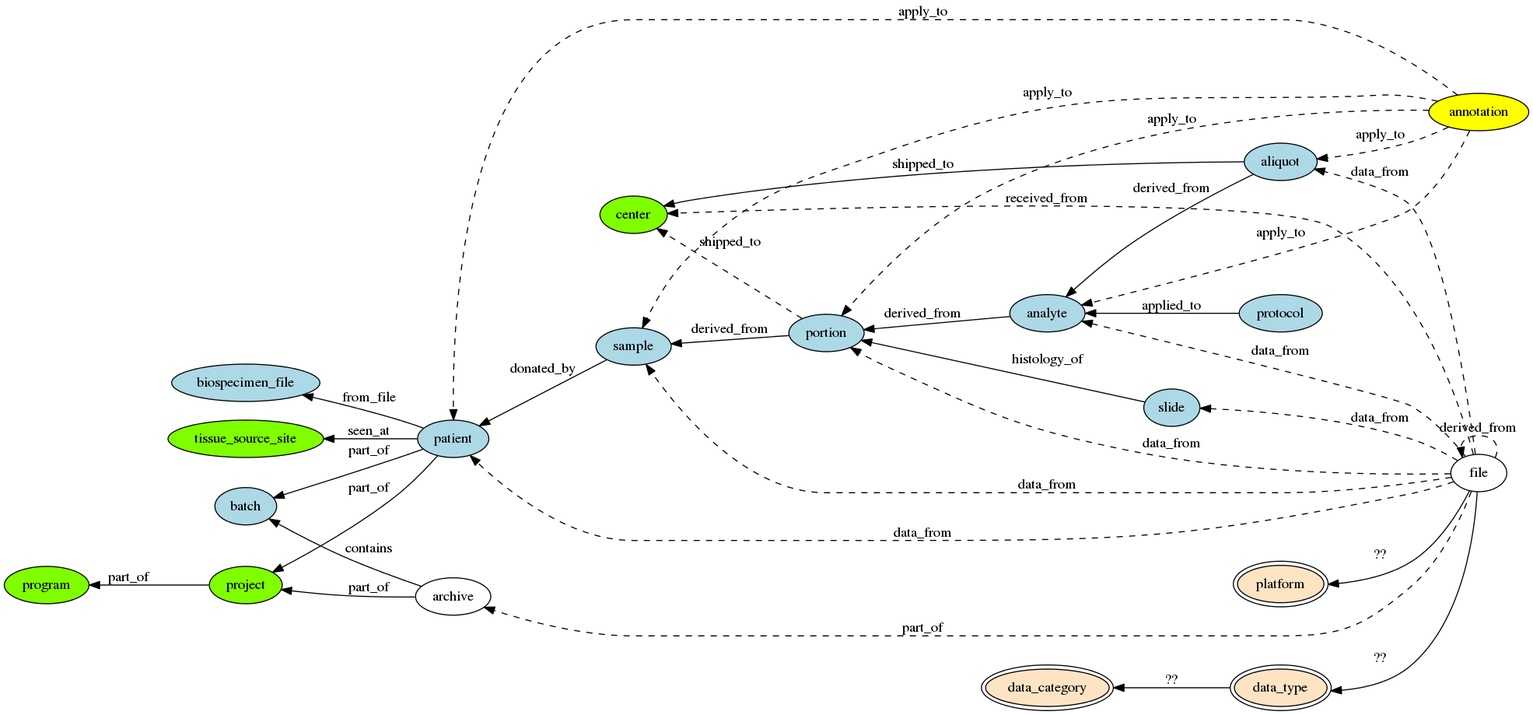
NCI-GDC/gdcdatamodel keeps this Graphviz diagram as viz/gdc_data_model.png. Above is the earlier version. Its source is kept beside it as viz/gdc_data_model.gv.
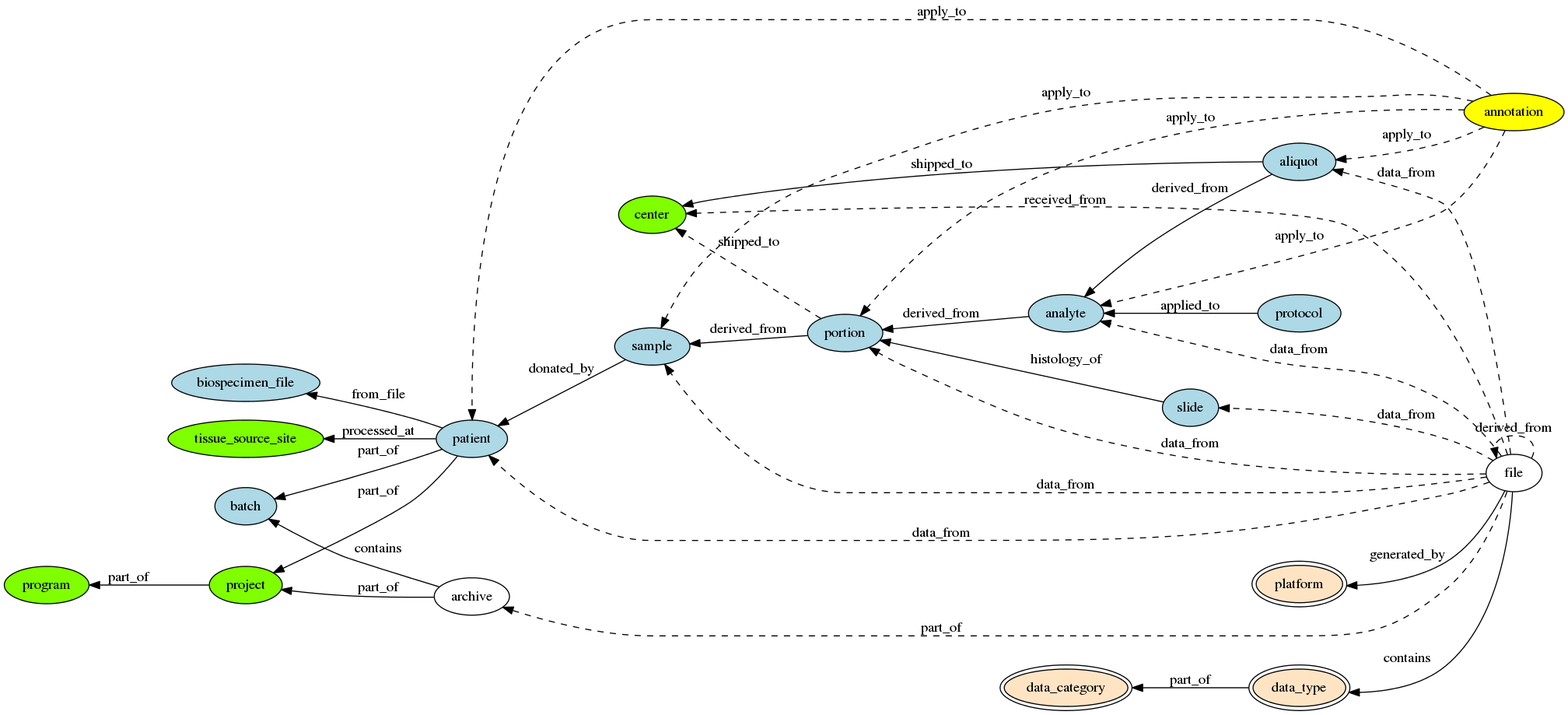
The same file after the commit.

The edit, as a diff of the source:
```diff
@@ -7,7 +7,7 @@
 
 	node [fillcolor = lightblue, style=filled];
 
-	patient -> tissue_source_site [ label = "seen_at" ];
+	patient -> tissue_source_site [ label = "processed_at" ];
 	#patient -> program [ label = "part_of" ]; #patient should just go to project, not all the way to program
 	patient -> project [ label = "part_of" ];
 	patient -> batch [ label = "part_of" ];
@@ -44,9 +44,9 @@
 
 	node[fillcolor = bisque, peripheries=2 ]
 	#these nodes would have multiple types based on Junjun's spreadsheet + TARGET, just made single node to reduce clutter for now
-	file -> platform [ label = "??" ]
-	file -> data_type [ label = "??" ]
+	file -> platform [ label = "generated_by" ]
+	file -> data_type [ label = "contains" ]
 	#file -> data_level [ label = "??" ]
-	data_type -> data_category [label = "??" ]
+	data_type -> data_category [label = "part_of" ]
 	file -> file [label = "derived_from", style=dashed ];
 }
```
